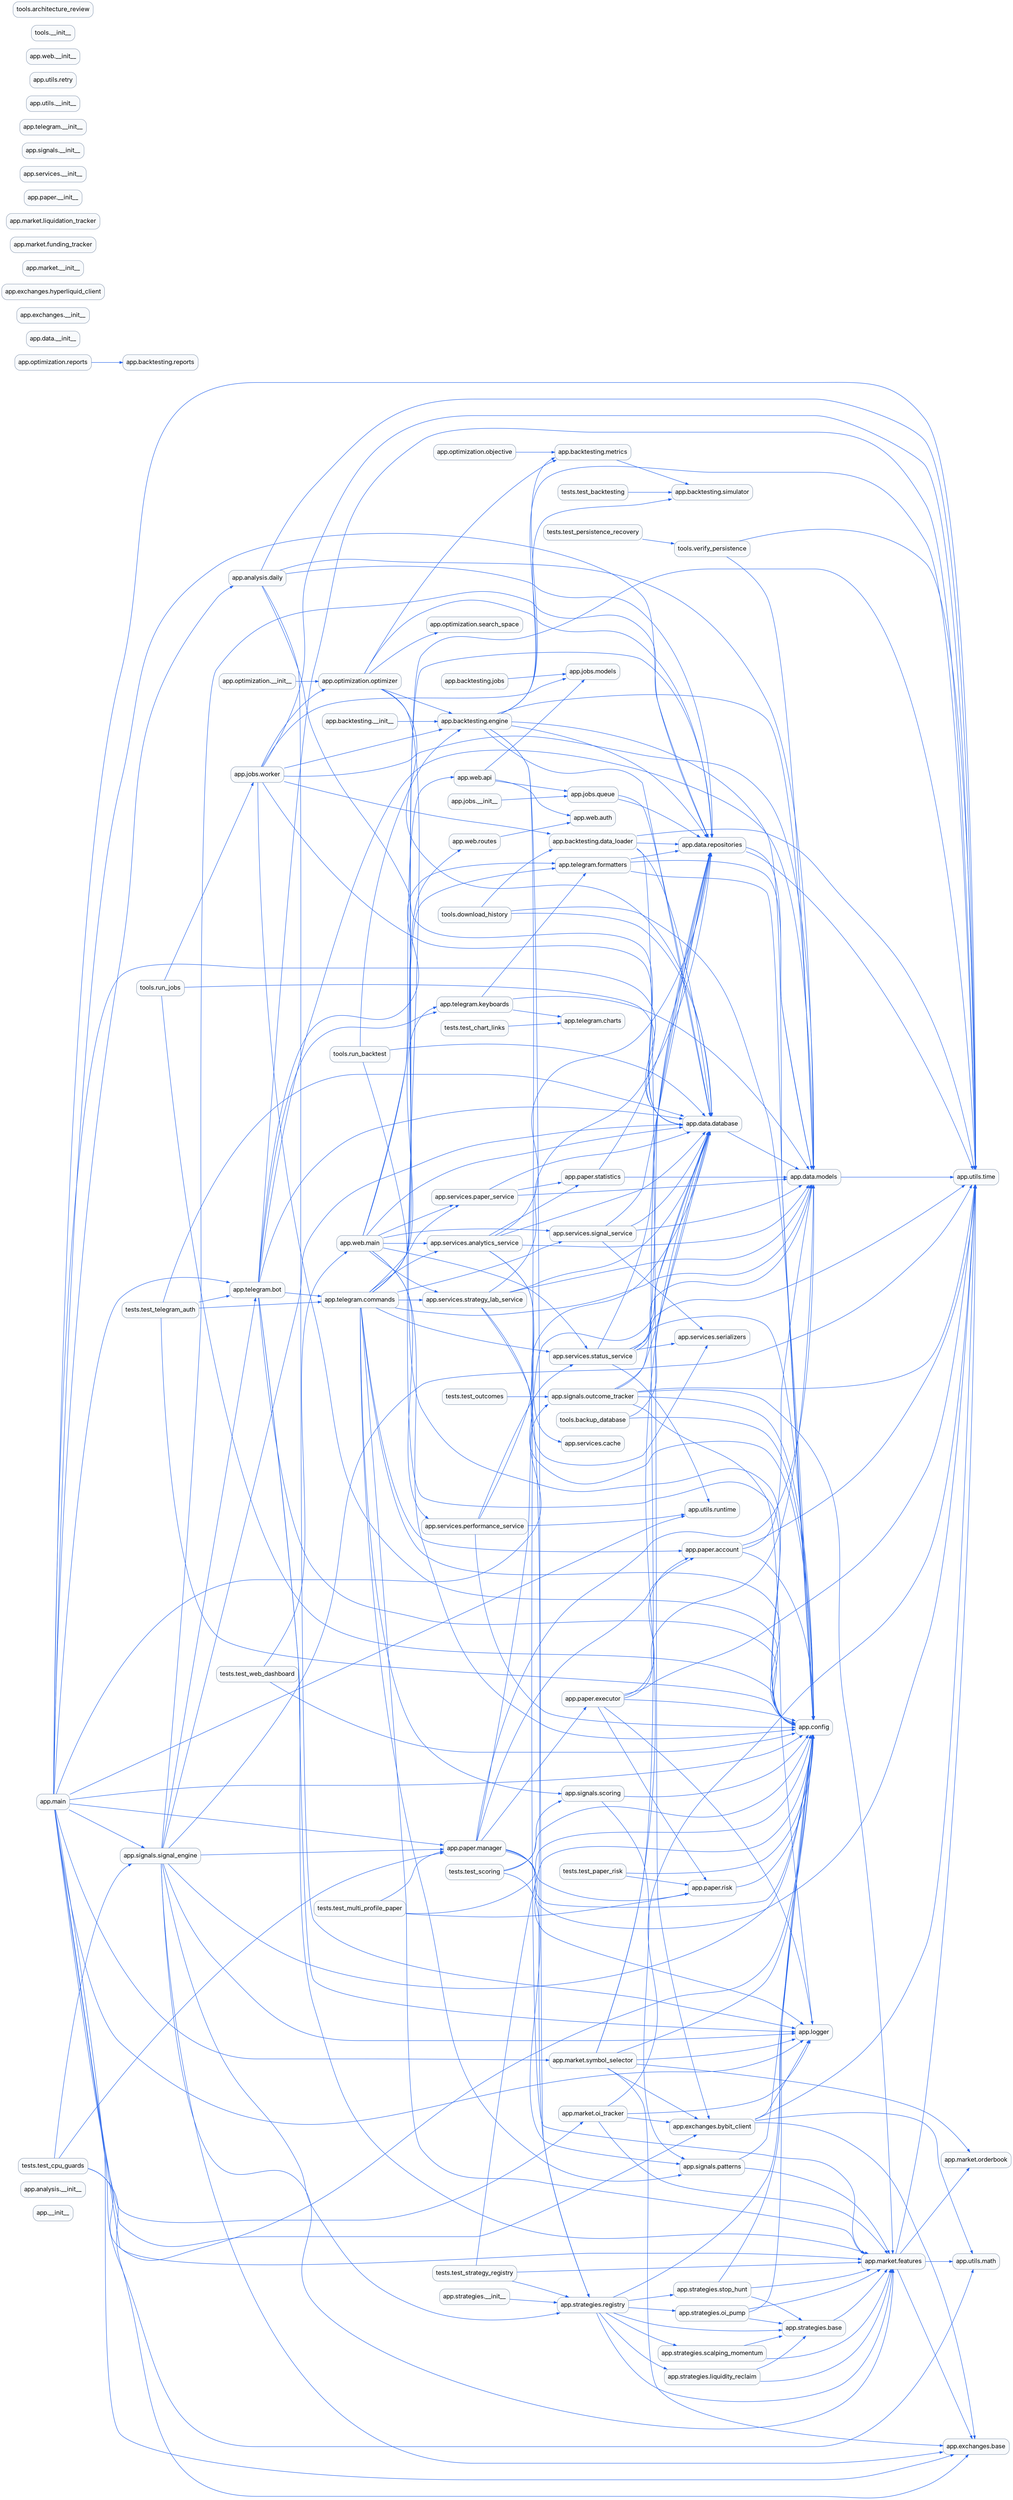
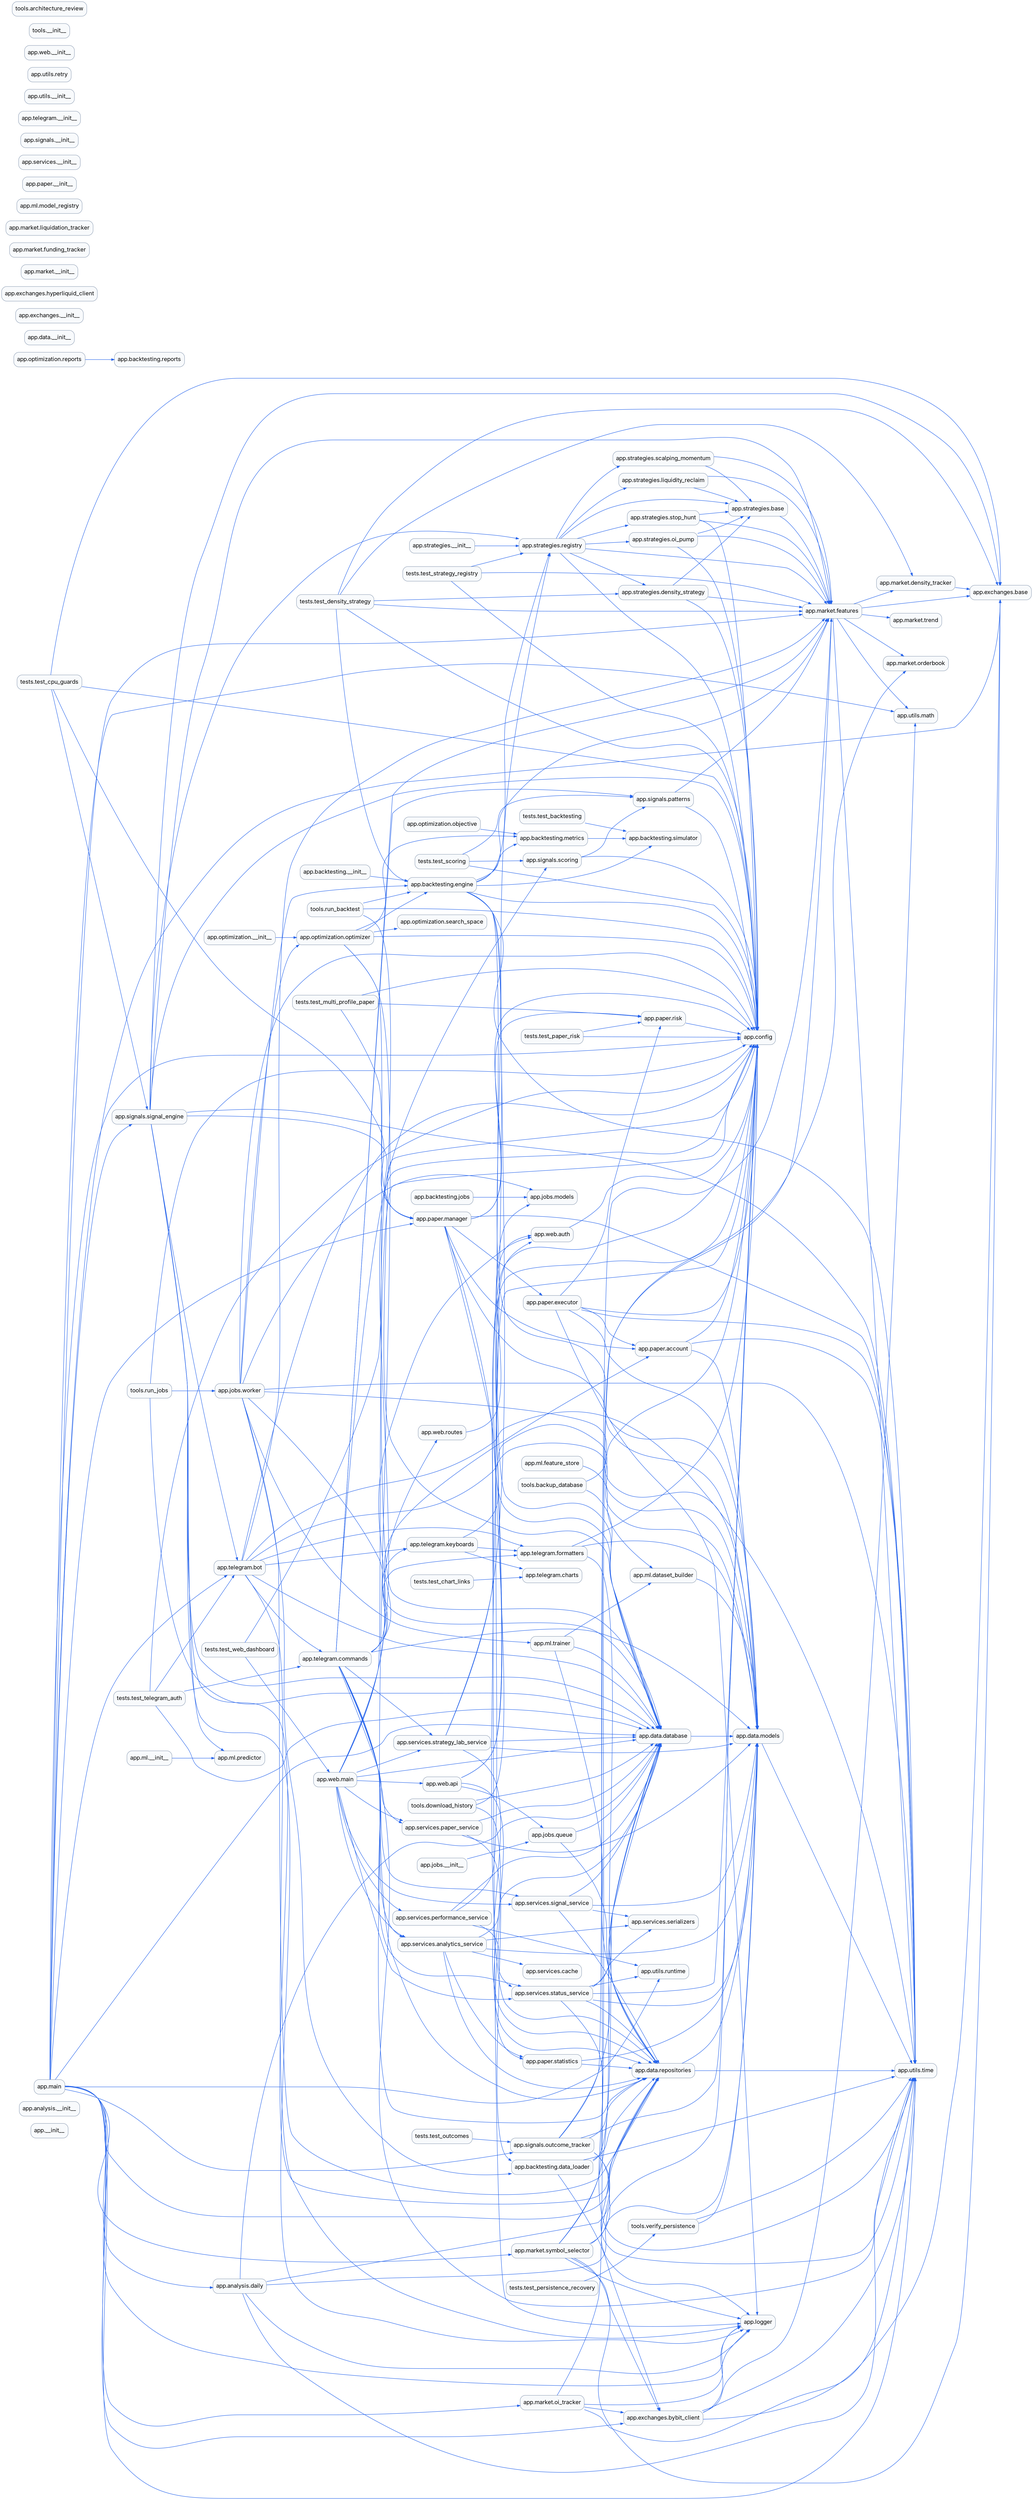
digraph imports {
  graph [rankdir=LR, bgcolor="white", splines=true];
  node [shape=box, style="rounded,filled", fillcolor="#f8fafc", color="#94a3b8", fontname="Inter"];
  edge [color="#2563eb", arrowsize=0.7];
  "app.__init__";
  "app.analysis.__init__";
  "app.analysis.daily";
  "app.backtesting.__init__";
  "app.backtesting.data_loader";
  "app.backtesting.engine";
  "app.backtesting.jobs";
  "app.backtesting.metrics";
  "app.backtesting.reports";
  "app.backtesting.simulator";
  "app.config";
  "app.data.__init__";
  "app.data.database";
  "app.data.models";
  "app.data.repositories";
  "app.exchanges.__init__";
  "app.exchanges.base";
  "app.exchanges.bybit_client";
  "app.exchanges.hyperliquid_client";
  "app.jobs.__init__";
  "app.jobs.models";
  "app.jobs.queue";
  "app.jobs.worker";
  "app.logger";
  "app.main";
  "app.market.__init__";
+   "app.market.density_tracker";
  "app.market.features";
  "app.market.funding_tracker";
  "app.market.liquidation_tracker";
  "app.market.oi_tracker";
  "app.market.orderbook";
  "app.market.symbol_selector";
+   "app.market.trend";
+   "app.ml.__init__";
+   "app.ml.dataset_builder";
+   "app.ml.feature_store";
+   "app.ml.model_registry";
+   "app.ml.predictor";
+   "app.ml.trainer";
  "app.optimization.__init__";
  "app.optimization.objective";
  "app.optimization.optimizer";
  "app.optimization.reports";
  "app.optimization.search_space";
  "app.paper.__init__";
  "app.paper.account";
  "app.paper.executor";
  "app.paper.manager";
  "app.paper.risk";
  "app.paper.statistics";
  "app.services.__init__";
  "app.services.analytics_service";
  "app.services.cache";
  "app.services.paper_service";
  "app.services.performance_service";
  "app.services.serializers";
  "app.services.signal_service";
  "app.services.status_service";
  "app.services.strategy_lab_service";
  "app.signals.__init__";
  "app.signals.outcome_tracker";
  "app.signals.patterns";
  "app.signals.scoring";
  "app.signals.signal_engine";
  "app.strategies.__init__";
  "app.strategies.base";
+   "app.strategies.density_strategy";
  "app.strategies.liquidity_reclaim";
  "app.strategies.oi_pump";
  "app.strategies.registry";
  "app.strategies.scalping_momentum";
  "app.strategies.stop_hunt";
  "app.telegram.__init__";
  "app.telegram.bot";
  "app.telegram.charts";
  "app.telegram.commands";
  "app.telegram.formatters";
  "app.telegram.keyboards";
  "app.utils.__init__";
  "app.utils.math";
  "app.utils.retry";
  "app.utils.runtime";
  "app.utils.time";
  "app.web.__init__";
  "app.web.api";
  "app.web.auth";
  "app.web.main";
  "app.web.routes";
  "tests.test_backtesting";
  "tests.test_chart_links";
  "tests.test_cpu_guards";
+   "tests.test_density_strategy";
  "tests.test_multi_profile_paper";
  "tests.test_outcomes";
  "tests.test_paper_risk";
  "tests.test_persistence_recovery";
  "tests.test_scoring";
  "tests.test_strategy_registry";
  "tests.test_telegram_auth";
  "tests.test_web_dashboard";
  "tools.__init__";
  "tools.architecture_review";
  "tools.backup_database";
  "tools.download_history";
  "tools.run_backtest";
  "tools.run_jobs";
  "tools.verify_persistence";
  "app.analysis.daily" -> "app.data.database";
  "app.analysis.daily" -> "app.data.models";
  "app.analysis.daily" -> "app.data.repositories";
  "app.analysis.daily" -> "app.logger";
  "app.analysis.daily" -> "app.utils.time";
  "app.backtesting.__init__" -> "app.backtesting.engine";
  "app.backtesting.data_loader" -> "app.data.database";
  "app.backtesting.data_loader" -> "app.data.repositories";
  "app.backtesting.data_loader" -> "app.exchanges.bybit_client";
  "app.backtesting.data_loader" -> "app.utils.time";
  "app.backtesting.engine" -> "app.backtesting.metrics";
  "app.backtesting.engine" -> "app.backtesting.simulator";
  "app.backtesting.engine" -> "app.config";
  "app.backtesting.engine" -> "app.data.database";
  "app.backtesting.engine" -> "app.data.models";
  "app.backtesting.engine" -> "app.data.repositories";
  "app.backtesting.engine" -> "app.market.features";
  "app.backtesting.engine" -> "app.strategies.registry";
  "app.backtesting.engine" -> "app.utils.time";
  "app.backtesting.jobs" -> "app.jobs.models";
  "app.backtesting.metrics" -> "app.backtesting.simulator";
  "app.data.database" -> "app.data.models";
  "app.data.models" -> "app.utils.time";
  "app.data.repositories" -> "app.data.models";
  "app.data.repositories" -> "app.utils.time";
  "app.exchanges.bybit_client" -> "app.exchanges.base";
  "app.exchanges.bybit_client" -> "app.logger";
  "app.exchanges.bybit_client" -> "app.utils.math";
  "app.exchanges.bybit_client" -> "app.utils.time";
  "app.jobs.__init__" -> "app.jobs.queue";
  "app.jobs.queue" -> "app.data.database";
  "app.jobs.queue" -> "app.data.repositories";
  "app.jobs.worker" -> "app.backtesting.data_loader";
  "app.jobs.worker" -> "app.backtesting.engine";
  "app.jobs.worker" -> "app.config";
  "app.jobs.worker" -> "app.data.database";
  "app.jobs.worker" -> "app.data.models";
+   "app.jobs.worker" -> "app.data.repositories";
  "app.jobs.worker" -> "app.jobs.models";
+   "app.jobs.worker" -> "app.ml.trainer";
  "app.jobs.worker" -> "app.optimization.optimizer";
  "app.jobs.worker" -> "app.utils.time";
  "app.main" -> "app.analysis.daily";
  "app.main" -> "app.config";
  "app.main" -> "app.data.database";
  "app.main" -> "app.data.repositories";
  "app.main" -> "app.exchanges.base";
  "app.main" -> "app.exchanges.bybit_client";
  "app.main" -> "app.logger";
  "app.main" -> "app.market.features";
  "app.main" -> "app.market.oi_tracker";
  "app.main" -> "app.market.symbol_selector";
  "app.main" -> "app.paper.manager";
  "app.main" -> "app.signals.outcome_tracker";
  "app.main" -> "app.signals.signal_engine";
  "app.main" -> "app.telegram.bot";
  "app.main" -> "app.utils.math";
  "app.main" -> "app.utils.runtime";
  "app.main" -> "app.utils.time";
+   "app.market.density_tracker" -> "app.exchanges.base";
  "app.market.features" -> "app.exchanges.base";
+   "app.market.features" -> "app.market.density_tracker";
  "app.market.features" -> "app.market.orderbook";
+   "app.market.features" -> "app.market.trend";
  "app.market.features" -> "app.utils.math";
  "app.market.features" -> "app.utils.time";
  "app.market.oi_tracker" -> "app.exchanges.bybit_client";
  "app.market.oi_tracker" -> "app.logger";
  "app.market.oi_tracker" -> "app.market.features";
  "app.market.oi_tracker" -> "app.utils.time";
  "app.market.symbol_selector" -> "app.config";
  "app.market.symbol_selector" -> "app.data.database";
  "app.market.symbol_selector" -> "app.data.repositories";
  "app.market.symbol_selector" -> "app.exchanges.base";
  "app.market.symbol_selector" -> "app.exchanges.bybit_client";
  "app.market.symbol_selector" -> "app.logger";
  "app.market.symbol_selector" -> "app.market.orderbook";
+   "app.ml.__init__" -> "app.ml.predictor";
+   "app.ml.dataset_builder" -> "app.data.models";
+   "app.ml.feature_store" -> "app.ml.dataset_builder";
+   "app.ml.trainer" -> "app.data.database";
+   "app.ml.trainer" -> "app.data.repositories";
+   "app.ml.trainer" -> "app.ml.dataset_builder";
  "app.optimization.__init__" -> "app.optimization.optimizer";
  "app.optimization.objective" -> "app.backtesting.metrics";
  "app.optimization.optimizer" -> "app.backtesting.engine";
  "app.optimization.optimizer" -> "app.backtesting.metrics";
  "app.optimization.optimizer" -> "app.config";
  "app.optimization.optimizer" -> "app.data.database";
  "app.optimization.optimizer" -> "app.data.repositories";
  "app.optimization.optimizer" -> "app.optimization.search_space";
  "app.optimization.reports" -> "app.backtesting.reports";
  "app.paper.account" -> "app.config";
  "app.paper.account" -> "app.data.models";
  "app.paper.account" -> "app.utils.time";
  "app.paper.executor" -> "app.config";
  "app.paper.executor" -> "app.data.models";
  "app.paper.executor" -> "app.logger";
  "app.paper.executor" -> "app.paper.account";
  "app.paper.executor" -> "app.paper.risk";
  "app.paper.executor" -> "app.utils.time";
  "app.paper.manager" -> "app.config";
  "app.paper.manager" -> "app.data.database";
  "app.paper.manager" -> "app.data.models";
  "app.paper.manager" -> "app.logger";
  "app.paper.manager" -> "app.paper.account";
  "app.paper.manager" -> "app.paper.executor";
  "app.paper.manager" -> "app.paper.risk";
  "app.paper.manager" -> "app.utils.time";
  "app.paper.risk" -> "app.config";
  "app.paper.statistics" -> "app.data.models";
  "app.paper.statistics" -> "app.data.repositories";
  "app.services.analytics_service" -> "app.data.database";
  "app.services.analytics_service" -> "app.data.models";
  "app.services.analytics_service" -> "app.data.repositories";
  "app.services.analytics_service" -> "app.paper.statistics";
  "app.services.analytics_service" -> "app.services.cache";
  "app.services.analytics_service" -> "app.services.serializers";
  "app.services.paper_service" -> "app.data.database";
  "app.services.paper_service" -> "app.data.models";
  "app.services.paper_service" -> "app.paper.statistics";
  "app.services.performance_service" -> "app.config";
  "app.services.performance_service" -> "app.data.database";
  "app.services.performance_service" -> "app.services.status_service";
  "app.services.performance_service" -> "app.utils.runtime";
  "app.services.signal_service" -> "app.data.database";
  "app.services.signal_service" -> "app.data.models";
  "app.services.signal_service" -> "app.data.repositories";
  "app.services.signal_service" -> "app.services.serializers";
  "app.services.status_service" -> "app.config";
  "app.services.status_service" -> "app.data.database";
  "app.services.status_service" -> "app.data.models";
  "app.services.status_service" -> "app.data.repositories";
  "app.services.status_service" -> "app.services.serializers";
  "app.services.status_service" -> "app.utils.runtime";
  "app.services.status_service" -> "app.utils.time";
  "app.services.strategy_lab_service" -> "app.config";
  "app.services.strategy_lab_service" -> "app.data.database";
  "app.services.strategy_lab_service" -> "app.data.models";
  "app.services.strategy_lab_service" -> "app.data.repositories";
  "app.services.strategy_lab_service" -> "app.strategies.registry";
  "app.signals.outcome_tracker" -> "app.config";
  "app.signals.outcome_tracker" -> "app.data.database";
  "app.signals.outcome_tracker" -> "app.data.repositories";
  "app.signals.outcome_tracker" -> "app.logger";
  "app.signals.outcome_tracker" -> "app.market.features";
  "app.signals.outcome_tracker" -> "app.utils.time";
  "app.signals.patterns" -> "app.config";
  "app.signals.patterns" -> "app.market.features";
  "app.signals.scoring" -> "app.config";
  "app.signals.scoring" -> "app.signals.patterns";
  "app.signals.signal_engine" -> "app.config";
  "app.signals.signal_engine" -> "app.data.database";
  "app.signals.signal_engine" -> "app.data.repositories";
  "app.signals.signal_engine" -> "app.exchanges.base";
  "app.signals.signal_engine" -> "app.logger";
  "app.signals.signal_engine" -> "app.market.features";
+   "app.signals.signal_engine" -> "app.ml.predictor";
  "app.signals.signal_engine" -> "app.paper.manager";
  "app.signals.signal_engine" -> "app.strategies.registry";
  "app.signals.signal_engine" -> "app.telegram.bot";
  "app.signals.signal_engine" -> "app.utils.time";
  "app.strategies.__init__" -> "app.strategies.registry";
  "app.strategies.base" -> "app.market.features";
+   "app.strategies.density_strategy" -> "app.config";
+   "app.strategies.density_strategy" -> "app.market.features";
+   "app.strategies.density_strategy" -> "app.strategies.base";
  "app.strategies.liquidity_reclaim" -> "app.market.features";
  "app.strategies.liquidity_reclaim" -> "app.strategies.base";
  "app.strategies.oi_pump" -> "app.config";
  "app.strategies.oi_pump" -> "app.market.features";
  "app.strategies.oi_pump" -> "app.strategies.base";
  "app.strategies.registry" -> "app.config";
  "app.strategies.registry" -> "app.market.features";
  "app.strategies.registry" -> "app.strategies.base";
+   "app.strategies.registry" -> "app.strategies.density_strategy";
  "app.strategies.registry" -> "app.strategies.liquidity_reclaim";
  "app.strategies.registry" -> "app.strategies.oi_pump";
  "app.strategies.registry" -> "app.strategies.scalping_momentum";
  "app.strategies.registry" -> "app.strategies.stop_hunt";
  "app.strategies.scalping_momentum" -> "app.market.features";
  "app.strategies.scalping_momentum" -> "app.strategies.base";
  "app.strategies.stop_hunt" -> "app.config";
  "app.strategies.stop_hunt" -> "app.market.features";
  "app.strategies.stop_hunt" -> "app.strategies.base";
  "app.telegram.bot" -> "app.config";
  "app.telegram.bot" -> "app.data.database";
  "app.telegram.bot" -> "app.data.models";
  "app.telegram.bot" -> "app.logger";
  "app.telegram.bot" -> "app.market.features";
  "app.telegram.bot" -> "app.telegram.commands";
  "app.telegram.bot" -> "app.telegram.formatters";
  "app.telegram.bot" -> "app.telegram.keyboards";
  "app.telegram.bot" -> "app.utils.time";
  "app.telegram.commands" -> "app.config";
  "app.telegram.commands" -> "app.data.models";
  "app.telegram.commands" -> "app.data.repositories";
  "app.telegram.commands" -> "app.market.features";
  "app.telegram.commands" -> "app.paper.account";
  "app.telegram.commands" -> "app.services.analytics_service";
  "app.telegram.commands" -> "app.services.paper_service";
  "app.telegram.commands" -> "app.services.signal_service";
  "app.telegram.commands" -> "app.services.status_service";
  "app.telegram.commands" -> "app.services.strategy_lab_service";
  "app.telegram.commands" -> "app.signals.patterns";
  "app.telegram.commands" -> "app.signals.scoring";
  "app.telegram.commands" -> "app.telegram.formatters";
  "app.telegram.commands" -> "app.telegram.keyboards";
  "app.telegram.commands" -> "app.utils.time";
  "app.telegram.formatters" -> "app.config";
  "app.telegram.formatters" -> "app.data.models";
  "app.telegram.formatters" -> "app.data.repositories";
  "app.telegram.keyboards" -> "app.data.models";
  "app.telegram.keyboards" -> "app.telegram.charts";
  "app.telegram.keyboards" -> "app.telegram.formatters";
+   "app.web.api" -> "app.data.repositories";
  "app.web.api" -> "app.jobs.models";
  "app.web.api" -> "app.jobs.queue";
  "app.web.api" -> "app.web.auth";
+   "app.web.auth" -> "app.config";
  "app.web.main" -> "app.config";
  "app.web.main" -> "app.data.database";
  "app.web.main" -> "app.services.analytics_service";
  "app.web.main" -> "app.services.paper_service";
  "app.web.main" -> "app.services.performance_service";
  "app.web.main" -> "app.services.signal_service";
  "app.web.main" -> "app.services.status_service";
  "app.web.main" -> "app.services.strategy_lab_service";
  "app.web.main" -> "app.web.api";
+   "app.web.main" -> "app.web.auth";
  "app.web.main" -> "app.web.routes";
  "app.web.routes" -> "app.web.auth";
  "tests.test_backtesting" -> "app.backtesting.simulator";
  "tests.test_chart_links" -> "app.telegram.charts";
  "tests.test_cpu_guards" -> "app.config";
  "tests.test_cpu_guards" -> "app.exchanges.base";
  "tests.test_cpu_guards" -> "app.paper.manager";
  "tests.test_cpu_guards" -> "app.signals.signal_engine";
+   "tests.test_density_strategy" -> "app.backtesting.engine";
+   "tests.test_density_strategy" -> "app.config";
+   "tests.test_density_strategy" -> "app.exchanges.base";
+   "tests.test_density_strategy" -> "app.market.density_tracker";
+   "tests.test_density_strategy" -> "app.market.features";
+   "tests.test_density_strategy" -> "app.strategies.density_strategy";
  "tests.test_multi_profile_paper" -> "app.config";
  "tests.test_multi_profile_paper" -> "app.paper.manager";
  "tests.test_multi_profile_paper" -> "app.paper.risk";
  "tests.test_outcomes" -> "app.signals.outcome_tracker";
  "tests.test_paper_risk" -> "app.config";
  "tests.test_paper_risk" -> "app.paper.risk";
  "tests.test_persistence_recovery" -> "tools.verify_persistence";
  "tests.test_scoring" -> "app.config";
  "tests.test_scoring" -> "app.signals.patterns";
  "tests.test_scoring" -> "app.signals.scoring";
  "tests.test_strategy_registry" -> "app.config";
  "tests.test_strategy_registry" -> "app.market.features";
  "tests.test_strategy_registry" -> "app.strategies.registry";
  "tests.test_telegram_auth" -> "app.config";
  "tests.test_telegram_auth" -> "app.data.database";
  "tests.test_telegram_auth" -> "app.telegram.bot";
  "tests.test_telegram_auth" -> "app.telegram.commands";
  "tests.test_web_dashboard" -> "app.config";
  "tests.test_web_dashboard" -> "app.web.main";
  "tools.backup_database" -> "app.config";
  "tools.backup_database" -> "app.data.database";
  "tools.download_history" -> "app.backtesting.data_loader";
  "tools.download_history" -> "app.config";
  "tools.download_history" -> "app.data.database";
  "tools.run_backtest" -> "app.backtesting.engine";
  "tools.run_backtest" -> "app.config";
  "tools.run_backtest" -> "app.data.database";
  "tools.run_jobs" -> "app.config";
  "tools.run_jobs" -> "app.data.database";
  "tools.run_jobs" -> "app.jobs.worker";
  "tools.verify_persistence" -> "app.data.models";
  "tools.verify_persistence" -> "app.utils.time";
}
